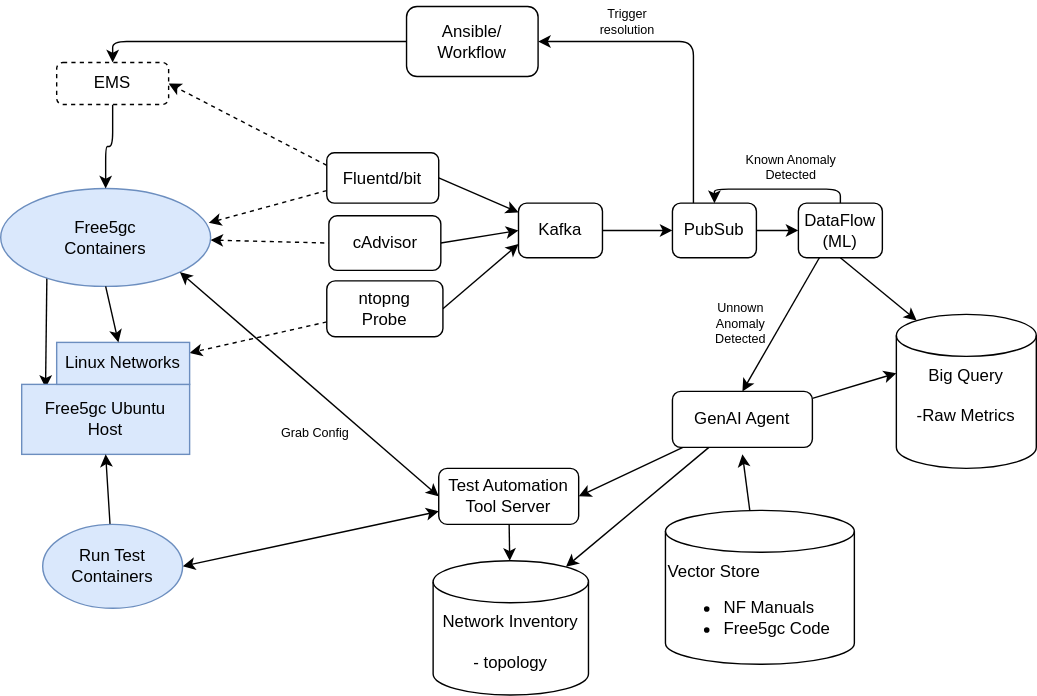
brianpnaughton/free5gc-lab keeps this draw.io diagram as docs/architecture/target.drawio.svg. Above is the earlier version. Source tidied: cells renumbered, new cells last; positions are measured from the earlier drawing's top-left corner, leaving out a move shared by most shapes.
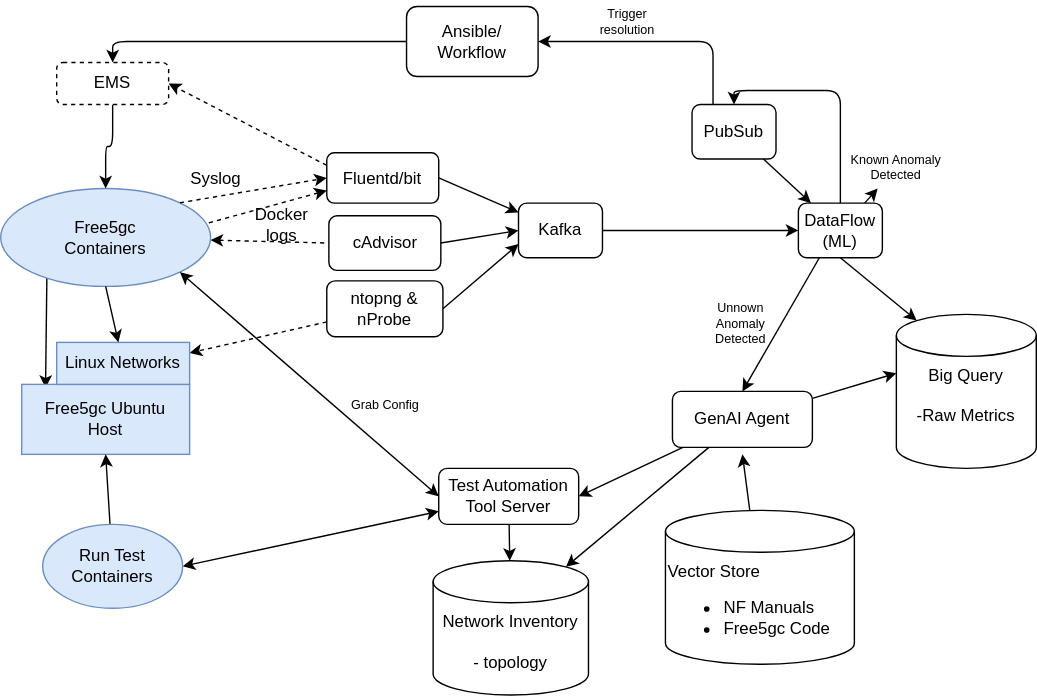
The same diagram one commit later.

Change to the diagram source:
```diff
@@ -11,7 +11,7 @@
     <mxCell id="4" style="edgeStyle=none;html=1;entryX=1;entryY=0.5;entryDx=0;entryDy=0;startArrow=classic;startFill=1;endArrow=none;endFill=0;" parent="1" edge="1" source="6" target="19">
       <mxGeometry relative="1" as="geometry" />
     </mxCell>
-    <mxCell id="5" style="edgeStyle=none;html=1;entryX=0;entryY=0.5;entryDx=0;entryDy=0;fontSize=7;startArrow=none;startFill=0;endArrow=classic;endFill=1;" parent="1" edge="1" source="6" target="23">
+    <mxCell id="5" style="edgeStyle=none;html=1;entryX=0;entryY=0.5;entryDx=0;entryDy=0;fontSize=7;startArrow=none;startFill=0;endArrow=classic;endFill=1;" parent="1" edge="1" source="6" target="26">
       <mxGeometry relative="1" as="geometry" />
     </mxCell>
     <mxCell id="6" value="Kafka" style="rounded=1;whiteSpace=wrap;html=1;" parent="1" vertex="1">
@@ -35,10 +35,10 @@
     <mxCell id="12" style="edgeStyle=none;html=1;startArrow=none;startFill=0;endArrow=classic;endFill=1;entryX=0;entryY=0.75;entryDx=0;entryDy=0;exitX=1;exitY=0.5;exitDx=0;exitDy=0;" parent="1" edge="1" source="13" target="6">
       <mxGeometry relative="1" as="geometry" />
     </mxCell>
-    <mxCell id="13" value="ntopng &lt;br&gt;Probe" style="rounded=1;whiteSpace=wrap;html=1;" parent="1" vertex="1">
+    <mxCell id="13" value="ntopng &amp;amp;&lt;br&gt;nProbe" style="rounded=1;whiteSpace=wrap;html=1;" parent="1" vertex="1">
       <mxGeometry x="233" y="200" width="83" height="40" as="geometry" />
     </mxCell>
-    <mxCell id="14" style="edgeStyle=none;html=1;entryX=0.991;entryY=0.351;entryDx=0;entryDy=0;entryPerimeter=0;dashed=1;exitX=0;exitY=0.75;exitDx=0;exitDy=0;" parent="1" edge="1" source="19" target="9">
+    <mxCell id="14" style="edgeStyle=none;html=1;entryX=0.991;entryY=0.351;entryDx=0;entryDy=0;entryPerimeter=0;dashed=1;exitX=0;exitY=0.75;exitDx=0;exitDy=0;startArrow=classic;startFill=1;endArrow=none;endFill=0;" parent="1" edge="1" source="19" target="9">
       <mxGeometry relative="1" as="geometry" />
     </mxCell>
     <mxCell id="15" style="html=1;entryX=1;entryY=0.5;entryDx=0;entryDy=0;fontSize=12;startArrow=none;startFill=0;endArrow=classic;endFill=1;dashed=1;exitX=0;exitY=0.25;exitDx=0;exitDy=0;" parent="1" edge="1" source="19" target="31">
@@ -53,6 +53,9 @@
     <mxCell id="18" style="edgeStyle=none;html=1;entryX=0.145;entryY=0;entryDx=0;entryDy=4.35;entryPerimeter=0;exitX=0.5;exitY=1;exitDx=0;exitDy=0;" parent="1" edge="1" source="26" target="20">
       <mxGeometry relative="1" as="geometry" />
     </mxCell>
+    <mxCell id="48" style="edgeStyle=none;html=1;entryX=0;entryY=0.5;entryDx=0;entryDy=0;exitX=1;exitY=0;exitDx=0;exitDy=0;dashed=1;" parent="1" edge="1" source="9" target="19">
+      <mxGeometry relative="1" as="geometry" />
+    </mxCell>
     <mxCell id="19" value="Fluentd/bit" style="rounded=1;whiteSpace=wrap;html=1;" parent="1" vertex="1">
       <mxGeometry x="233" y="108.5" width="80" height="36" as="geometry" />
     </mxCell>
@@ -66,7 +69,7 @@
       <mxGeometry relative="1" as="geometry" />
     </mxCell>
     <mxCell id="23" value="PubSub" style="rounded=1;whiteSpace=wrap;html=1;" parent="1" vertex="1">
-      <mxGeometry x="480" y="144.5" width="60" height="39" as="geometry" />
+      <mxGeometry x="494" y="74" width="60" height="39" as="geometry" />
     </mxCell>
     <mxCell id="24" style="edgeStyle=orthogonalEdgeStyle;html=1;entryX=0.5;entryY=0;entryDx=0;entryDy=0;fontSize=14;startArrow=none;startFill=0;endArrow=classic;endFill=1;exitX=0.5;exitY=0;exitDx=0;exitDy=0;" parent="1" edge="1" source="26" target="23">
       <mxGeometry relative="1" as="geometry" />
@@ -74,11 +77,14 @@
     <mxCell id="25" style="html=1;entryX=0.5;entryY=0;entryDx=0;entryDy=0;fontSize=12;startArrow=none;startFill=0;endArrow=classic;endFill=1;exitX=0.25;exitY=1;exitDx=0;exitDy=0;" parent="1" edge="1" source="26" target="35">
       <mxGeometry relative="1" as="geometry" />
     </mxCell>
+    <mxCell id="49" style="edgeStyle=none;html=1;" parent="1" edge="1" source="26" target="27">
+      <mxGeometry relative="1" as="geometry" />
+    </mxCell>
     <mxCell id="26" value="DataFlow (ML)" style="rounded=1;whiteSpace=wrap;html=1;" parent="1" vertex="1">
       <mxGeometry x="570" y="144.5" width="60" height="39" as="geometry" />
     </mxCell>
     <mxCell id="27" value="Known Anomaly Detected" style="text;html=1;strokeColor=none;fillColor=none;align=center;verticalAlign=middle;whiteSpace=wrap;rounded=0;fontSize=9;" parent="1" vertex="1">
-      <mxGeometry x="530" y="104" width="70" height="30" as="geometry" />
+      <mxGeometry x="605" y="104" width="70" height="30" as="geometry" />
     </mxCell>
     <mxCell id="28" style="edgeStyle=orthogonalEdgeStyle;html=1;entryX=0.5;entryY=0;entryDx=0;entryDy=0;fontSize=12;startArrow=none;startFill=0;endArrow=classic;endFill=1;" parent="1" edge="1" source="29" target="31">
       <mxGeometry relative="1" as="geometry" />
@@ -137,10 +143,16 @@
       <mxGeometry x="413" width="70" height="30" as="geometry" />
     </mxCell>
     <mxCell id="46" value="Grab Config" style="text;html=1;strokeColor=none;fillColor=none;align=center;verticalAlign=middle;whiteSpace=wrap;rounded=0;fontSize=9;" parent="1" vertex="1">
-      <mxGeometry x="190" y="294" width="70" height="30" as="geometry" />
+      <mxGeometry x="239.5" y="274" width="70" height="30" as="geometry" />
     </mxCell>
     <mxCell id="47" value="&lt;div style=&quot;&quot;&gt;&lt;span style=&quot;background-color: initial;&quot;&gt;Network Inventory&lt;/span&gt;&lt;/div&gt;&lt;span style=&quot;background-color: initial;&quot;&gt;&lt;div style=&quot;&quot;&gt;&lt;span style=&quot;background-color: initial;&quot;&gt;&lt;br&gt;&lt;/span&gt;&lt;/div&gt;&lt;div style=&quot;&quot;&gt;&lt;span style=&quot;background-color: initial;&quot;&gt;- topology&lt;/span&gt;&lt;br&gt;&lt;/div&gt;&lt;/span&gt;" style="shape=cylinder3;whiteSpace=wrap;html=1;boundedLbl=1;backgroundOutline=1;size=15;fontSize=12;verticalAlign=top;align=center;" parent="1" vertex="1">
       <mxGeometry x="309" y="400" width="111" height="96" as="geometry" />
     </mxCell>
+    <mxCell id="50" value="Syslog" style="text;html=1;strokeColor=none;fillColor=none;align=center;verticalAlign=middle;whiteSpace=wrap;rounded=0;" parent="1" vertex="1">
+      <mxGeometry x="124" y="112" width="60" height="30" as="geometry" />
+    </mxCell>
+    <mxCell id="51" value="Docker logs" style="text;html=1;strokeColor=none;fillColor=none;align=center;verticalAlign=middle;whiteSpace=wrap;rounded=0;" parent="1" vertex="1">
+      <mxGeometry x="171" y="145" width="60" height="30" as="geometry" />
+    </mxCell>
   </root>
 </mxGraphModel>
```
